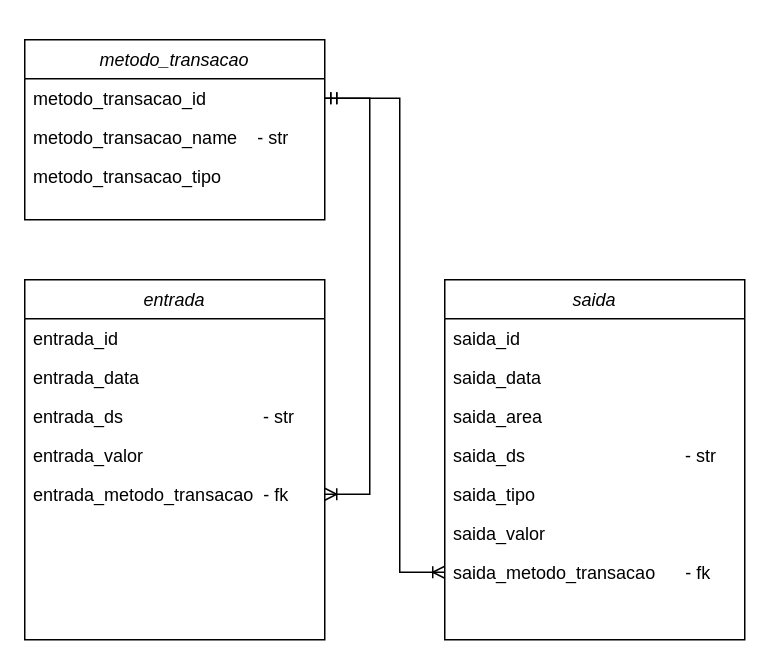
The draw.io diagram utils/my-money-management.drawio in Antonio-Neves/my-money-management, before the edit. Source tidied: cells renumbered, new cells numbered last; positions are measured from the earlier drawing's top-left corner, leaving out a move shared by most shapes. Both pictures are drawn from the tidied source at 150%, with x=0, y=0 at pixel (24, 39).
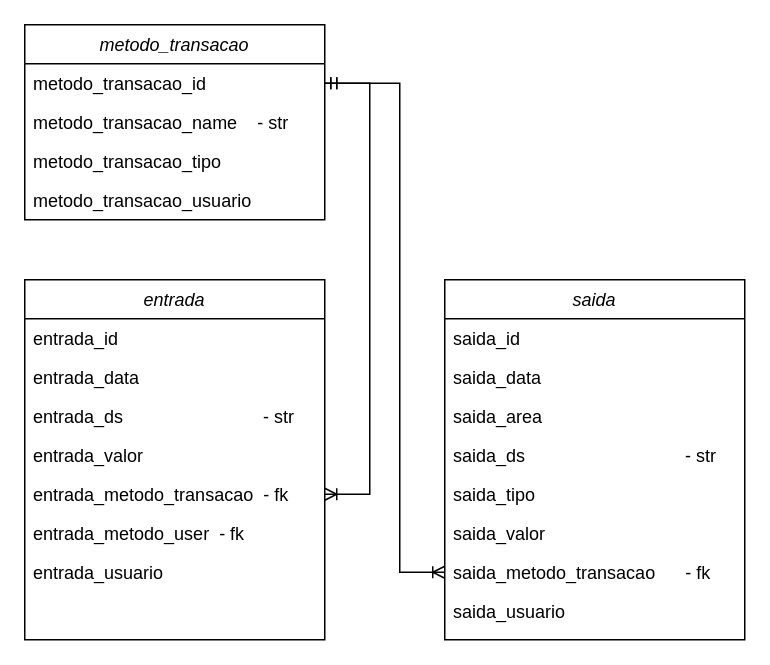
The same page after the edit.

Unchanged cells that the change refers to:
```xml
<mxCell id="6" value="entrada" style="swimlane;fontStyle=2;align=center;verticalAlign=top;horizontal=1;startSize=26;rounded=0;shadow=0;strokeWidth=1;" parent="1" vertex="1">
  <mxGeometry y="160" width="200" height="240" as="geometry" />
</mxCell>
<mxCell id="12" value="saida" style="swimlane;fontStyle=2;align=center;verticalAlign=top;horizontal=1;startSize=26;rounded=0;shadow=0;strokeWidth=1;" parent="1" vertex="1">
  <mxGeometry x="280" y="160" width="200" height="240" as="geometry" />
</mxCell>
```

The edit, as a diff of the source:
```diff
@@
     <mxCell id="2" value="metodo_transacao" style="swimlane;fontStyle=2;align=center;verticalAlign=top;horizontal=1;startSize=26;rounded=0;shadow=0;strokeWidth=1;" parent="1" vertex="1">
-      <mxGeometry width="200" height="120" as="geometry" />
+      <mxGeometry y="-10" width="200" height="130" as="geometry" />
     </mxCell>
@@
+    <mxCell id="22" value="metodo_transacao_usuario" style="text;align=left;verticalAlign=top;spacingLeft=4;spacingRight=4;overflow=hidden;rounded=0;shadow=0;html=0;" parent="2" vertex="1">
+      <mxGeometry y="104" width="200" height="26" as="geometry" />
+    </mxCell>
@@
+    <mxCell id="23" value="entrada_metodo_user  - fk" style="text;align=left;verticalAlign=top;spacingLeft=4;spacingRight=4;overflow=hidden;rounded=0;shadow=0;html=0;" parent="6" vertex="1">
+      <mxGeometry y="156" width="200" height="26" as="geometry" />
+    </mxCell>
+    <mxCell id="24" value="entrada_usuario" style="text;align=left;verticalAlign=top;spacingLeft=4;spacingRight=4;overflow=hidden;rounded=0;shadow=0;html=0;" parent="6" vertex="1">
+      <mxGeometry y="182" width="200" height="26" as="geometry" />
+    </mxCell>
@@
+    <mxCell id="25" value="saida_usuario" style="text;align=left;verticalAlign=top;spacingLeft=4;spacingRight=4;overflow=hidden;rounded=0;shadow=0;html=0;" parent="12" vertex="1">
+      <mxGeometry y="208" width="200" height="26" as="geometry" />
+    </mxCell>
```
